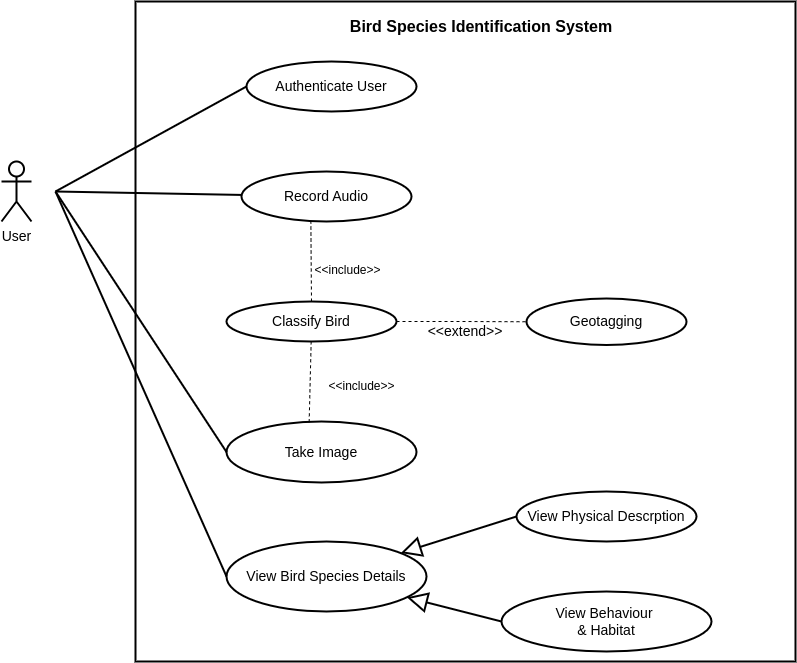
Earlier version of the draw.io export Reports/Latex/images/usecase.png (featherfind/docs). Source tidied: cells renumbered, new cells last; positions are measured from the earlier drawing's top-left corner, leaving out a move shared by most shapes.
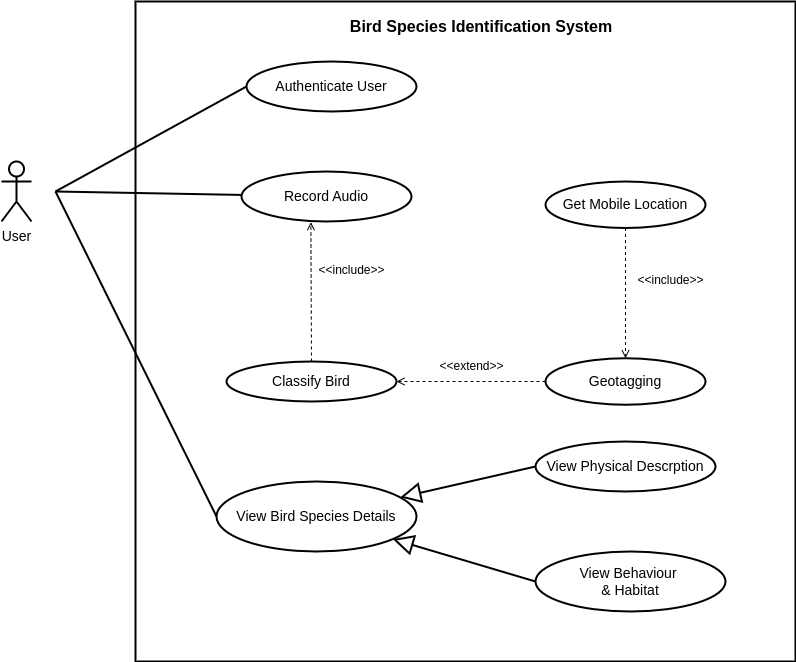
Later version of the same file.

Change to the diagram source:
```diff
@@ -5,79 +5,74 @@
     <mxCell id="2" value="User" style="shape=umlActor;verticalLabelPosition=bottom;verticalAlign=top;html=1;strokeWidth=2;fontSize=14;" parent="1" vertex="1">
       <mxGeometry y="160" width="30" height="60" as="geometry" />
     </mxCell>
-    <mxCell id="3" style="group;" parent="1" vertex="1">
-      <mxGeometry x="54" width="740" height="660" as="geometry" />
-    </mxCell>
-    <mxCell id="4" value="&amp;lt;&amp;lt;extend&amp;gt;&amp;gt;" style="whiteSpace=wrap;html=1;strokeWidth=2;fontSize=14;" parent="3" vertex="1">
-      <mxGeometry x="80" width="660" height="660" as="geometry" />
+    <mxCell id="4" style="whiteSpace=wrap;html=1;strokeWidth=2;fontSize=14;" parent="1" vertex="1">
+      <mxGeometry x="134" width="660" height="660" as="geometry" />
     </mxCell>
-    <mxCell id="5" value="Authenticate User" style="ellipse;whiteSpace=wrap;html=1;strokeWidth=2;fontSize=14;" parent="3" vertex="1">
-      <mxGeometry x="191" y="60" width="170" height="50" as="geometry" />
+    <mxCell id="5" value="Authenticate User" style="ellipse;whiteSpace=wrap;html=1;strokeWidth=2;fontSize=14;" parent="1" vertex="1">
+      <mxGeometry x="245" y="60" width="170" height="50" as="geometry" />
     </mxCell>
-    <mxCell id="6" style="edgeStyle=orthogonalEdgeStyle;rounded=0;jettySize=auto;html=1;exitX=1;exitY=0.5;exitDx=0;exitDy=0;entryX=0;entryY=0.5;entryDx=0;entryDy=0;endArrow=none;endFill=0;dashed=1;" parent="3" edge="1" source="7" target="9">
+    <mxCell id="6" style="edgeStyle=orthogonalEdgeStyle;rounded=0;jettySize=auto;html=1;exitX=0;exitY=0.5;exitDx=0;exitDy=0;entryX=1;entryY=0.5;entryDx=0;entryDy=0;endArrow=open;endFill=0;dashed=1;" parent="1" edge="1" source="9" target="7">
       <mxGeometry relative="1" as="geometry" />
     </mxCell>
-    <mxCell id="7" value="Classify Bird" style="ellipse;whiteSpace=wrap;html=1;strokeWidth=2;fontSize=14;" parent="3" vertex="1">
-      <mxGeometry x="171" y="300" width="170" height="40" as="geometry" />
+    <mxCell id="7" value="Classify Bird" style="ellipse;whiteSpace=wrap;html=1;strokeWidth=2;fontSize=14;" parent="1" vertex="1">
+      <mxGeometry x="225" y="360" width="170" height="40" as="geometry" />
     </mxCell>
-    <mxCell id="8" value="Take Image" style="ellipse;whiteSpace=wrap;html=1;strokeWidth=2;fontSize=14;" parent="3" vertex="1">
-      <mxGeometry x="171" y="420" width="190" height="61" as="geometry" />
-    </mxCell>
-    <mxCell id="9" value="Geotagging" style="ellipse;whiteSpace=wrap;html=1;strokeWidth=2;fontSize=14;" parent="3" vertex="1">
-      <mxGeometry x="471" y="297" width="160" height="46.5" as="geometry" />
+    <mxCell id="9" value="Geotagging" style="ellipse;whiteSpace=wrap;html=1;strokeWidth=2;fontSize=14;" parent="1" vertex="1">
+      <mxGeometry x="544" y="356.8" width="160" height="46.5" as="geometry" />
     </mxCell>
-    <mxCell id="10" value="View Bird Species Details" style="ellipse;whiteSpace=wrap;html=1;strokeWidth=2;fontSize=14;" parent="3" vertex="1">
-      <mxGeometry x="171" y="540" width="200" height="70" as="geometry" />
+    <mxCell id="10" value="View Bird Species Details" style="ellipse;whiteSpace=wrap;html=1;strokeWidth=2;fontSize=14;" parent="1" vertex="1">
+      <mxGeometry x="215" y="480" width="200" height="70" as="geometry" />
     </mxCell>
-    <mxCell id="11" value="&lt;b&gt;&lt;font style=&quot;font-size: 16px;&quot;&gt;Bird Species Identification System&lt;/font&gt;&lt;/b&gt;" style="text;html=1;align=center;verticalAlign=middle;whiteSpace=wrap;rounded=0;strokeWidth=2;fontSize=14;" parent="3" vertex="1">
-      <mxGeometry x="231" y="10" width="390" height="30" as="geometry" />
+    <mxCell id="11" value="&lt;b&gt;&lt;font style=&quot;font-size: 16px;&quot;&gt;Bird Species Identification System&lt;/font&gt;&lt;/b&gt;" style="text;html=1;align=center;verticalAlign=middle;whiteSpace=wrap;rounded=0;strokeWidth=2;fontSize=14;" parent="1" vertex="1">
+      <mxGeometry x="285" y="10" width="390" height="30" as="geometry" />
     </mxCell>
-    <mxCell id="12" value="View Behaviour&amp;nbsp;&lt;div style=&quot;font-size: 14px;&quot;&gt;&amp;amp; Habitat&lt;/div&gt;" style="ellipse;whiteSpace=wrap;html=1;strokeWidth=2;fontSize=14;" parent="3" vertex="1">
-      <mxGeometry x="446" y="590" width="210" height="60" as="geometry" />
+    <mxCell id="12" value="View Behaviour&amp;nbsp;&lt;div style=&quot;font-size: 14px;&quot;&gt;&amp;amp; Habitat&lt;/div&gt;" style="ellipse;whiteSpace=wrap;html=1;strokeWidth=2;fontSize=14;" parent="1" vertex="1">
+      <mxGeometry x="534" y="550" width="190" height="60" as="geometry" />
     </mxCell>
-    <mxCell id="13" value="View Physical Descrption" style="ellipse;whiteSpace=wrap;html=1;strokeWidth=2;fontSize=14;" parent="3" vertex="1">
-      <mxGeometry x="461" y="490" width="180" height="50" as="geometry" />
+    <mxCell id="13" value="View Physical Descrption" style="ellipse;whiteSpace=wrap;html=1;strokeWidth=2;fontSize=14;" parent="1" vertex="1">
+      <mxGeometry x="534" y="440" width="180" height="50" as="geometry" />
     </mxCell>
-    <mxCell id="14" style="endArrow=block;endSize=16;endFill=0;html=1;rounded=0;exitX=0;exitY=0.5;exitDx=0;exitDy=0;strokeWidth=2;fontSize=14;" parent="3" edge="1" source="12" target="10">
+    <mxCell id="14" style="endArrow=block;endSize=16;endFill=0;html=1;rounded=0;exitX=0;exitY=0.5;exitDx=0;exitDy=0;strokeWidth=2;fontSize=14;" parent="1" edge="1" source="12" target="10">
       <mxGeometry x="-0.37" y="-90" relative="1" as="geometry" />
     </mxCell>
-    <mxCell id="15" style="endArrow=block;endSize=16;endFill=0;html=1;rounded=0;strokeWidth=2;fontSize=14;exitX=0;exitY=0.5;exitDx=0;exitDy=0;" parent="3" edge="1" source="13" target="10">
+    <mxCell id="15" style="endArrow=block;endSize=16;endFill=0;html=1;rounded=0;strokeWidth=2;fontSize=14;exitX=0;exitY=0.5;exitDx=0;exitDy=0;" parent="1" edge="1" source="13" target="10">
       <mxGeometry x="-0.37" y="-90" relative="1" as="geometry" />
     </mxCell>
-    <mxCell id="16" value="Record Audio" style="ellipse;whiteSpace=wrap;html=1;strokeWidth=2;fontSize=14;" parent="3" vertex="1">
-      <mxGeometry x="186" y="170" width="170" height="50" as="geometry" />
+    <mxCell id="16" value="Record Audio" style="ellipse;whiteSpace=wrap;html=1;strokeWidth=2;fontSize=14;" parent="1" vertex="1">
+      <mxGeometry x="240" y="170" width="170" height="50" as="geometry" />
     </mxCell>
-    <mxCell id="17" style="endArrow=none;html=1;rounded=0;strokeWidth=2;" parent="3" edge="1" target="16">
+    <mxCell id="17" style="endArrow=none;html=1;rounded=0;strokeWidth=2;" parent="1" edge="1" target="16">
       <mxGeometry relative="1" as="geometry">
-        <mxPoint y="190" as="sourcePoint" />
+        <mxPoint x="54" y="190" as="sourcePoint" />
       </mxGeometry>
     </mxCell>
-    <mxCell id="18" style="endArrow=none;html=1;rounded=0;exitX=0;exitY=0.5;exitDx=0;exitDy=0;strokeWidth=2;" parent="3" edge="1" source="8">
-      <mxGeometry relative="1" as="geometry">
-        <mxPoint y="190" as="targetPoint" />
-      </mxGeometry>
-    </mxCell>
-    <mxCell id="19" style="endArrow=none;html=1;rounded=0;entryX=0.408;entryY=1.013;entryDx=0;entryDy=0;entryPerimeter=0;exitX=0.5;exitY=0;exitDx=0;exitDy=0;dashed=1;" parent="3" edge="1" source="7" target="16">
+    <mxCell id="19" style="endArrow=open;html=1;rounded=0;entryX=0.408;entryY=1.013;entryDx=0;entryDy=0;entryPerimeter=0;exitX=0.5;exitY=0;exitDx=0;exitDy=0;dashed=1;endFill=0;" parent="1" edge="1" source="7" target="16">
       <mxGeometry relative="1" as="geometry" />
     </mxCell>
-    <mxCell id="20" value="&amp;lt;&amp;lt;include&amp;gt;&amp;gt;" style="text;html=1;align=center;verticalAlign=middle;strokeColor=none;fillColor=none;" parent="3" vertex="1">
-      <mxGeometry x="261" y="370" width="90" height="30" as="geometry" />
-    </mxCell>
-    <mxCell id="21" value="&amp;lt;&amp;lt;include&amp;gt;&amp;gt;" style="text;html=1;align=center;verticalAlign=middle;strokeColor=none;fillColor=none;" parent="3" vertex="1">
-      <mxGeometry x="247" y="253.5" width="90" height="30" as="geometry" />
+    <mxCell id="21" value="&amp;lt;&amp;lt;include&amp;gt;&amp;gt;" style="text;html=1;align=center;verticalAlign=middle;strokeColor=none;fillColor=none;" parent="1" vertex="1">
+      <mxGeometry x="305" y="253.5" width="90" height="30" as="geometry" />
     </mxCell>
-    <mxCell id="22" style="endArrow=none;html=1;rounded=0;exitX=0.435;exitY=0.013;exitDx=0;exitDy=0;exitPerimeter=0;dashed=1;" parent="3" edge="1" source="8" target="7">
-      <mxGeometry relative="1" as="geometry" />
-    </mxCell>
-    <mxCell id="23" style="endArrow=none;html=1;rounded=0;exitX=0;exitY=0.5;exitDx=0;exitDy=0;strokeWidth=2;" parent="3" edge="1" source="10">
+    <mxCell id="23" style="endArrow=none;html=1;rounded=0;exitX=0;exitY=0.5;exitDx=0;exitDy=0;strokeWidth=2;" parent="1" edge="1" source="10">
       <mxGeometry relative="1" as="geometry">
-        <mxPoint y="190" as="targetPoint" />
+        <mxPoint x="54" y="190" as="targetPoint" />
       </mxGeometry>
     </mxCell>
-    <mxCell id="24" style="endArrow=none;html=1;rounded=0;entryX=0;entryY=0.5;entryDx=0;entryDy=0;strokeWidth=2;" parent="3" edge="1" target="5">
+    <mxCell id="24" style="endArrow=none;html=1;rounded=0;entryX=0;entryY=0.5;entryDx=0;entryDy=0;strokeWidth=2;" parent="1" edge="1" target="5">
       <mxGeometry relative="1" as="geometry">
-        <mxPoint y="190" as="sourcePoint" />
+        <mxPoint x="54" y="190" as="sourcePoint" />
       </mxGeometry>
     </mxCell>
+    <mxCell id="25" value="&amp;lt;&amp;lt;extend&amp;gt;&amp;gt;" style="text;html=1;align=center;verticalAlign=middle;strokeColor=none;fillColor=none;" parent="1" vertex="1">
+      <mxGeometry x="425" y="350" width="90" height="30" as="geometry" />
+    </mxCell>
+    <mxCell id="26" value="Get Mobile Location" style="ellipse;whiteSpace=wrap;html=1;strokeWidth=2;fontSize=14;" parent="1" vertex="1">
+      <mxGeometry x="544" y="180" width="160" height="46.5" as="geometry" />
+    </mxCell>
+    <mxCell id="27" style="endArrow=open;html=1;rounded=0;entryX=0.5;entryY=0;entryDx=0;entryDy=0;exitX=0.5;exitY=1;exitDx=0;exitDy=0;dashed=1;endFill=0;" parent="1" edge="1" source="26" target="9">
+      <mxGeometry relative="1" as="geometry" />
+    </mxCell>
+    <mxCell id="20" value="&amp;lt;&amp;lt;include&amp;gt;&amp;gt;" style="text;html=1;align=center;verticalAlign=middle;strokeColor=none;fillColor=none;" parent="1" vertex="1">
+      <mxGeometry x="624" y="263.5" width="90" height="30" as="geometry" />
+    </mxCell>
   </root>
 </mxGraphModel>
```
